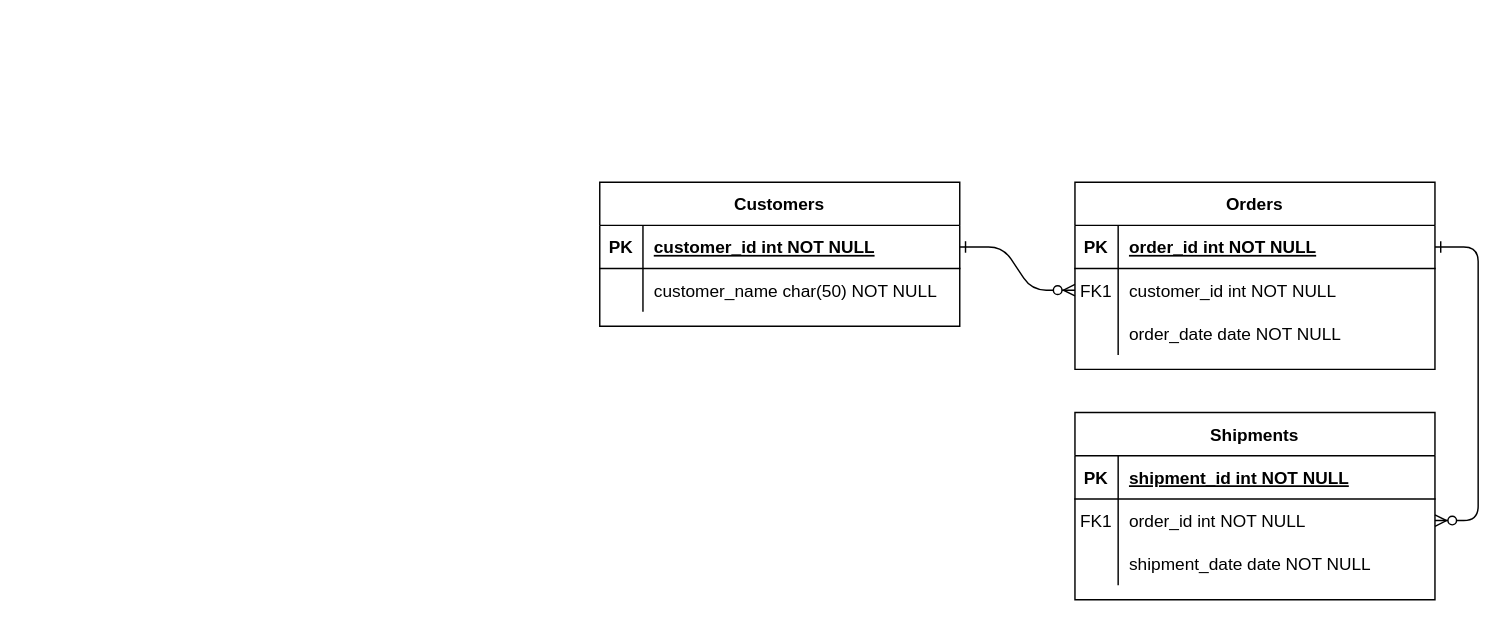
Above: Untitled Diagram.drawio in KimsuorLun/KimsuorLun.github.io (draw.io), before the change. Source tidied: cells renumbered, new cells numbered last; positions are measured from the earlier drawing's top-left corner, leaving out a move shared by most shapes. Both pictures are drawn from the tidied source at 144%, with x=0, y=0 at pixel (599, 181).
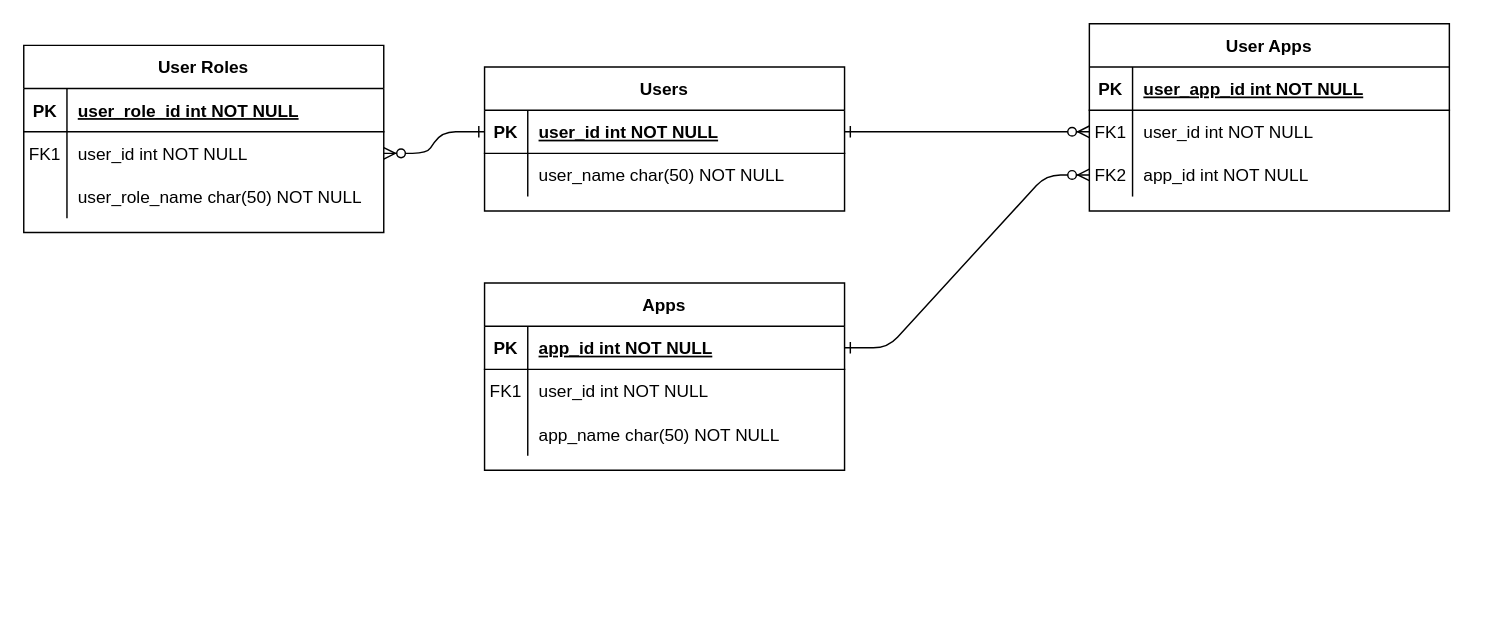
The same page after the edit.

Unchanged cells that the change refers to:
```xml
<mxCell id="5" style="shape=partialRectangle;fillColor=none;points=[[0,0.5],[1,0.5]];portConstraint=eastwest;top=0;left=0;right=0;bottom=1;" parent="4" vertex="1">
  <mxGeometry y="30" width="250" height="30" as="geometry" />
</mxCell>
<mxCell id="8" style="shape=partialRectangle;fillColor=none;points=[[0,0.5],[1,0.5]];portConstraint=eastwest;top=0;left=0;right=0;bottom=0;" parent="4" vertex="1">
  <mxGeometry y="60" width="250" height="30" as="geometry" />
</mxCell>
<mxCell id="11" style="shape=partialRectangle;fillColor=none;top=0;left=0;right=0;bottom=0;" parent="4" vertex="1">
  <mxGeometry y="90" width="250" height="30" as="geometry" />
</mxCell>
<mxCell id="15" style="shape=partialRectangle;fillColor=none;points=[[0,0.5],[1,0.5]];portConstraint=eastwest;top=0;left=0;right=0;bottom=1;" parent="14" vertex="1">
  <mxGeometry y="30" width="250" height="30" as="geometry" />
</mxCell>
<mxCell id="18" style="shape=partialRectangle;fillColor=none;points=[[0,0.5],[1,0.5]];portConstraint=eastwest;top=0;left=0;right=0;bottom=0;" parent="14" vertex="1">
  <mxGeometry y="60" width="250" height="30" as="geometry" />
</mxCell>
<mxCell id="21" style="shape=partialRectangle;fillColor=none;top=0;left=0;right=0;bottom=0;" parent="14" vertex="1">
  <mxGeometry y="90" width="250" height="30" as="geometry" />
</mxCell>
<mxCell id="25" style="shape=partialRectangle;fillColor=none;points=[[0,0.5],[1,0.5]];portConstraint=eastwest;top=0;left=0;right=0;bottom=1;" parent="24" vertex="1">
  <mxGeometry y="30" width="250" height="30" as="geometry" />
</mxCell>
<mxCell id="28" style="shape=partialRectangle;fillColor=none;top=0;left=0;right=0;bottom=0;" parent="24" vertex="1">
  <mxGeometry y="60" width="250" height="30" as="geometry" />
</mxCell>
```

Diff of the diagram source:
```diff
@@
-    <mxCell id="3" style="edgeStyle=entityRelationEdgeStyle;endArrow=ERzeroToMany;startArrow=ERone;endFill=1;startFill=0;" parent="1" edge="1" source="5" target="18">
+    <mxCell id="3" style="edgeStyle=entityRelationEdgeStyle;endArrow=ERzeroToMany;startArrow=ERone;endFill=1;startFill=0;exitX=1;exitY=0.5;exitDx=0;exitDy=0;entryX=0;entryY=0.5;entryDx=0;entryDy=0;" parent="1" edge="1" source="25" target="36">
       <mxGeometry relative="1" as="geometry" />
     </mxCell>
-    <mxCell id="4" value="Orders" style="shape=table;startSize=30;childLayout=tableLayout;rowLines=0;fontStyle=1;align=center;" parent="1" vertex="1">
-      <mxGeometry x="330" width="250" height="130" as="geometry" />
+    <mxCell id="4" value="User Roles" style="shape=table;startSize=30;childLayout=tableLayout;rowLines=0;fontStyle=1;align=center;" parent="1" vertex="1">
+      <mxGeometry x="-400" y="-95" width="250" height="130" as="geometry" />
     </mxCell>
@@
-    <mxCell id="7" value="order_id int NOT NULL " style="shape=partialRectangle;overflow=hidden;fillColor=none;top=0;left=0;bottom=0;right=0;align=left;spacingLeft=6;fontStyle=5;" parent="5" vertex="1">
+    <mxCell id="7" value="user_role_id int NOT NULL " style="shape=partialRectangle;overflow=hidden;fillColor=none;top=0;left=0;bottom=0;right=0;align=left;spacingLeft=6;fontStyle=5;" parent="5" vertex="1">
       <mxGeometry x="30" width="220" height="30" as="geometry" />
     </mxCell>
@@
-    <mxCell id="10" value="customer_id int NOT NULL" style="shape=partialRectangle;overflow=hidden;fillColor=none;top=0;left=0;bottom=0;right=0;align=left;spacingLeft=6;" parent="8" vertex="1">
+    <mxCell id="10" value="user_id int NOT NULL" style="shape=partialRectangle;overflow=hidden;fillColor=none;top=0;left=0;bottom=0;right=0;align=left;spacingLeft=6;" parent="8" vertex="1">
       <mxGeometry x="30" width="220" height="30" as="geometry" />
     </mxCell>
@@
-    <mxCell id="13" value="order_date date NOT NULL" style="shape=partialRectangle;overflow=hidden;fillColor=none;top=0;left=0;bottom=0;right=0;align=left;spacingLeft=6;" parent="11" vertex="1">
+    <mxCell id="13" value="user_role_name char(50) NOT NULL" style="shape=partialRectangle;overflow=hidden;fillColor=none;top=0;left=0;bottom=0;right=0;align=left;spacingLeft=6;" parent="11" vertex="1">
       <mxGeometry x="30" width="220" height="30" as="geometry" />
     </mxCell>
-    <mxCell id="14" value="Shipments" style="shape=table;startSize=30;childLayout=tableLayout;rowLines=0;fontStyle=1;align=center;" parent="1" vertex="1">
-      <mxGeometry x="330" y="160" width="250" height="130" as="geometry" />
+    <mxCell id="14" value="Apps" style="shape=table;startSize=30;childLayout=tableLayout;rowLines=0;fontStyle=1;align=center;" parent="1" vertex="1">
+      <mxGeometry x="-80" y="70" width="250" height="130" as="geometry" />
     </mxCell>
@@
-    <mxCell id="17" value="shipment_id int NOT NULL " style="shape=partialRectangle;overflow=hidden;fillColor=none;top=0;left=0;bottom=0;right=0;align=left;spacingLeft=6;fontStyle=5;" parent="15" vertex="1">
+    <mxCell id="17" value="app_id int NOT NULL " style="shape=partialRectangle;overflow=hidden;fillColor=none;top=0;left=0;bottom=0;right=0;align=left;spacingLeft=6;fontStyle=5;" parent="15" vertex="1">
       <mxGeometry x="30" width="220" height="30" as="geometry" />
     </mxCell>
@@
-    <mxCell id="20" value="order_id int NOT NULL" style="shape=partialRectangle;overflow=hidden;fillColor=none;top=0;left=0;bottom=0;right=0;align=left;spacingLeft=6;" parent="18" vertex="1">
+    <mxCell id="20" value="user_id int NOT NULL" style="shape=partialRectangle;overflow=hidden;fillColor=none;top=0;left=0;bottom=0;right=0;align=left;spacingLeft=6;" parent="18" vertex="1">
       <mxGeometry x="30" width="220" height="30" as="geometry" />
     </mxCell>
@@
-    <mxCell id="23" value="shipment_date date NOT NULL" style="shape=partialRectangle;overflow=hidden;fillColor=none;top=0;left=0;bottom=0;right=0;align=left;spacingLeft=6;" parent="21" vertex="1">
+    <mxCell id="23" value="app_name char(50) NOT NULL" style="shape=partialRectangle;overflow=hidden;fillColor=none;top=0;left=0;bottom=0;right=0;align=left;spacingLeft=6;" parent="21" vertex="1">
       <mxGeometry x="30" width="220" height="30" as="geometry" />
     </mxCell>
-    <mxCell id="24" value="Customers" style="shape=table;startSize=30;childLayout=tableLayout;rowLines=0;fontStyle=1;align=center;" parent="1" vertex="1">
-      <mxGeometry width="250" height="100" as="geometry" />
+    <mxCell id="24" value="Users" style="shape=table;startSize=30;childLayout=tableLayout;rowLines=0;fontStyle=1;align=center;" parent="1" vertex="1">
+      <mxGeometry x="-80" y="-80" width="250" height="100" as="geometry" />
     </mxCell>
@@
-    <mxCell id="27" value="customer_id int NOT NULL " style="shape=partialRectangle;overflow=hidden;fillColor=none;top=0;left=0;bottom=0;right=0;align=left;spacingLeft=6;fontStyle=5;" parent="25" vertex="1">
+    <mxCell id="27" value="user_id int NOT NULL" style="shape=partialRectangle;overflow=hidden;fillColor=none;top=0;left=0;bottom=0;right=0;align=left;spacingLeft=6;fontStyle=5;" parent="25" vertex="1">
       <mxGeometry x="30" width="220" height="30" as="geometry" />
     </mxCell>
@@
-    <mxCell id="30" value="customer_name char(50) NOT NULL" style="shape=partialRectangle;overflow=hidden;fillColor=none;top=0;left=0;bottom=0;right=0;align=left;spacingLeft=6;" parent="28" vertex="1">
+    <mxCell id="30" value="user_name char(50) NOT NULL" style="shape=partialRectangle;overflow=hidden;fillColor=none;top=0;left=0;bottom=0;right=0;align=left;spacingLeft=6;" parent="28" vertex="1">
       <mxGeometry x="30" width="220" height="30" as="geometry" />
     </mxCell>
+    <mxCell id="31" style="group;" parent="1" vertex="1">
+      <mxGeometry x="340" y="-110" width="250" height="130" as="geometry" />
+    </mxCell>
+    <mxCell id="32" value="User Apps" style="shape=table;startSize=30;childLayout=tableLayout;rowLines=0;fontStyle=1;align=center;" parent="31" vertex="1">
+      <mxGeometry width="250" height="130" as="geometry" />
+    </mxCell>
+    <mxCell id="33" style="shape=partialRectangle;fillColor=none;top=0;left=0;right=0;bottom=1;" parent="32" vertex="1">
+      <mxGeometry y="30" width="250" height="30" as="geometry" />
+    </mxCell>
+    <mxCell id="34" value="PK" style="shape=partialRectangle;overflow=hidden;fillColor=none;top=0;left=0;bottom=0;right=0;fontStyle=1;" parent="33" vertex="1">
+      <mxGeometry width="30" height="30" as="geometry" />
+    </mxCell>
+    <mxCell id="35" value="user_app_id int NOT NULL " style="shape=partialRectangle;overflow=hidden;fillColor=none;top=0;left=0;bottom=0;right=0;align=left;spacingLeft=6;fontStyle=5;" parent="33" vertex="1">
+      <mxGeometry x="30" width="220" height="30" as="geometry" />
+    </mxCell>
+    <mxCell id="36" style="shape=partialRectangle;fillColor=none;points=[[0,0.5],[1,0.5]];portConstraint=eastwest;top=0;left=0;right=0;bottom=0;" parent="32" vertex="1">
+      <mxGeometry y="60" width="250" height="30" as="geometry" />
+    </mxCell>
+    <mxCell id="37" value="FK1" style="shape=partialRectangle;overflow=hidden;fillColor=none;top=0;left=0;bottom=0;right=0;" parent="36" vertex="1">
+      <mxGeometry width="30" height="30" as="geometry" />
+    </mxCell>
+    <mxCell id="38" value="user_id int NOT NULL" style="shape=partialRectangle;overflow=hidden;fillColor=none;top=0;left=0;bottom=0;right=0;align=left;spacingLeft=6;" parent="36" vertex="1">
+      <mxGeometry x="30" width="220" height="30" as="geometry" />
+    </mxCell>
+    <mxCell id="39" style="shape=partialRectangle;fillColor=none;points=[[0,0.5],[1,0.5]];portConstraint=eastwest;top=0;left=0;right=0;bottom=0;" parent="32" vertex="1">
+      <mxGeometry y="90" width="250" height="30" as="geometry" />
+    </mxCell>
+    <mxCell id="40" style="shape=partialRectangle;overflow=hidden;fillColor=none;top=0;left=0;bottom=0;right=0;" parent="39" vertex="1">
+      <mxGeometry width="30" height="30" as="geometry" />
+    </mxCell>
+    <mxCell id="41" value="app_id int NOT NULL" style="shape=partialRectangle;overflow=hidden;fillColor=none;top=0;left=0;bottom=0;right=0;align=left;spacingLeft=6;" parent="39" vertex="1">
+      <mxGeometry x="30" width="220" height="30" as="geometry" />
+    </mxCell>
+    <mxCell id="42" value="FK2" style="shape=partialRectangle;overflow=hidden;fillColor=none;top=0;left=0;bottom=0;right=0;" parent="31" vertex="1">
+      <mxGeometry y="90" width="30" height="30" as="geometry" />
+    </mxCell>
+    <mxCell id="43" style="edgeStyle=entityRelationEdgeStyle;endArrow=ERzeroToMany;startArrow=ERone;endFill=1;startFill=0;" parent="1" edge="1" source="15" target="39">
+      <mxGeometry relative="1" as="geometry" />
+    </mxCell>
```
